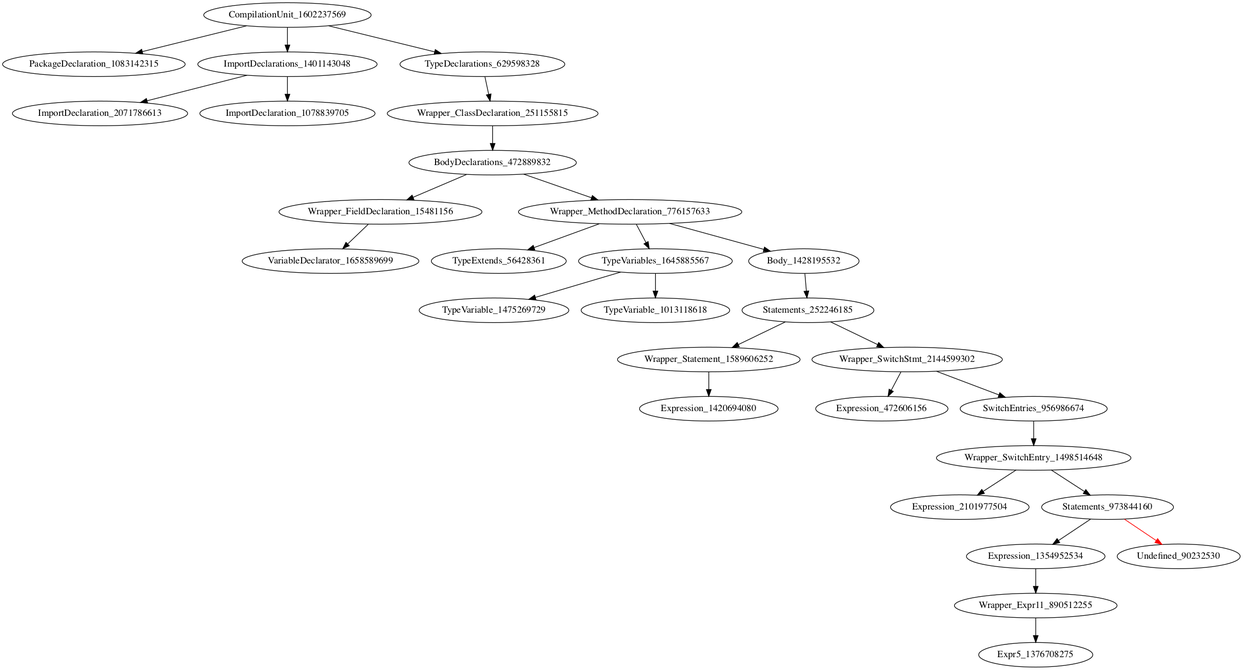
Earlier version of the Graphviz export holeAST.png (icse2023material/VoiceJava). Its source is kept beside it as holeAST.dot.
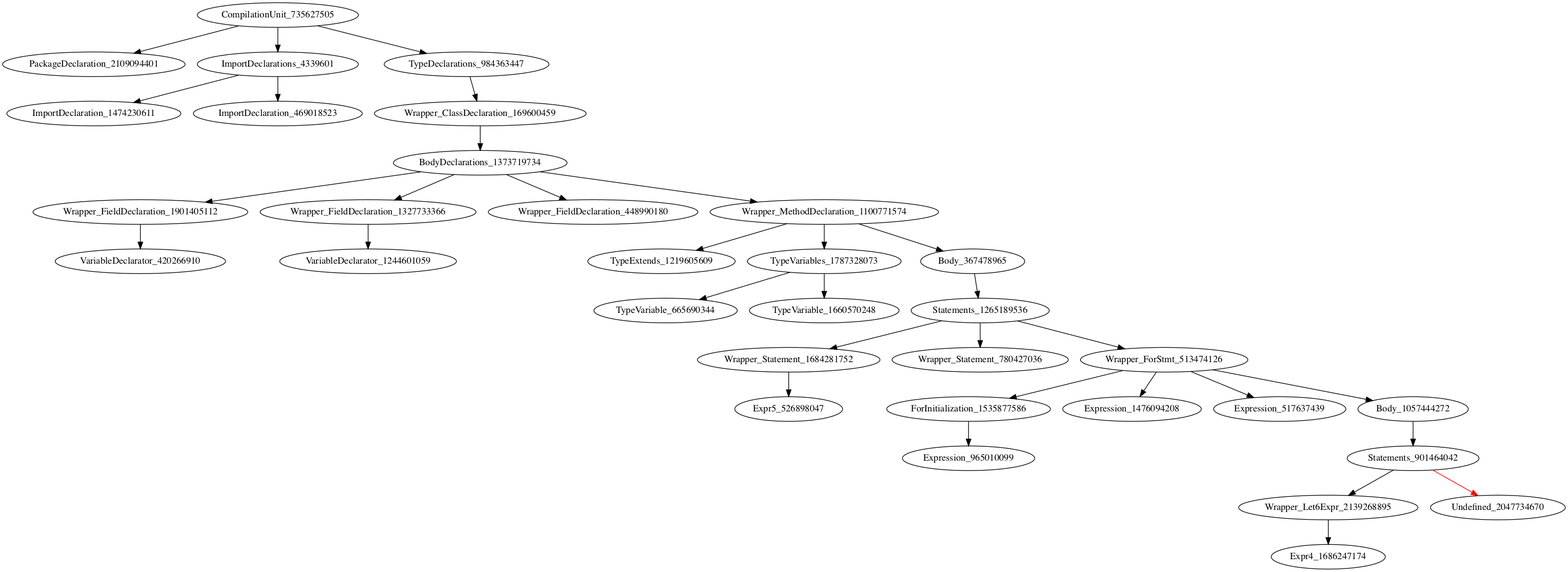
The same file after the commit.

What changed in the source:
```diff
@@ -1,30 +1,34 @@
 digraph {
-CompilationUnit_1602237569 -> PackageDeclaration_1083142315
-CompilationUnit_1602237569 -> ImportDeclarations_1401143048
-CompilationUnit_1602237569 -> TypeDeclarations_629598328
-ImportDeclarations_1401143048 -> ImportDeclaration_2071786613
-ImportDeclarations_1401143048 -> ImportDeclaration_1078839705
-TypeDeclarations_629598328 -> Wrapper_ClassDeclaration_251155815
-Wrapper_ClassDeclaration_251155815 -> BodyDeclarations_472889832
-BodyDeclarations_472889832 -> Wrapper_FieldDeclaration_15481156
-BodyDeclarations_472889832 -> Wrapper_MethodDeclaration_776157633
-Wrapper_FieldDeclaration_15481156 -> VariableDeclarator_1658589699
-Wrapper_MethodDeclaration_776157633 -> TypeExtends_56428361
-Wrapper_MethodDeclaration_776157633 -> TypeVariables_1645885567
-Wrapper_MethodDeclaration_776157633 -> Body_1428195532
-TypeVariables_1645885567 -> TypeVariable_1475269729
-TypeVariables_1645885567 -> TypeVariable_1013118618
-Body_1428195532 -> Statements_252246185
-Statements_252246185 -> Wrapper_Statement_1589606252
-Statements_252246185 -> Wrapper_SwitchStmt_2144599302
-Wrapper_Statement_1589606252 -> Expression_1420694080
-Wrapper_SwitchStmt_2144599302 -> Expression_472606156
-Wrapper_SwitchStmt_2144599302 -> SwitchEntries_956986674
-SwitchEntries_956986674 -> Wrapper_SwitchEntry_1498514648
-Wrapper_SwitchEntry_1498514648 -> Expression_2101977504
-Wrapper_SwitchEntry_1498514648 -> Statements_973844160
-Statements_973844160 -> Expression_1354952534
-Statements_973844160 -> Undefined_90232530 [color = red]
-Expression_1354952534 -> Wrapper_Expr11_890512255
-Wrapper_Expr11_890512255 -> Expr5_1376708275
+CompilationUnit_735627505 -> PackageDeclaration_2109094401
+CompilationUnit_735627505 -> ImportDeclarations_4339601
+CompilationUnit_735627505 -> TypeDeclarations_984363447
+ImportDeclarations_4339601 -> ImportDeclaration_1474230611
+ImportDeclarations_4339601 -> ImportDeclaration_469018523
+TypeDeclarations_984363447 -> Wrapper_ClassDeclaration_169600459
+Wrapper_ClassDeclaration_169600459 -> BodyDeclarations_1373719734
+BodyDeclarations_1373719734 -> Wrapper_FieldDeclaration_1901405112
+BodyDeclarations_1373719734 -> Wrapper_FieldDeclaration_1327733366
+BodyDeclarations_1373719734 -> Wrapper_FieldDeclaration_448990180
+BodyDeclarations_1373719734 -> Wrapper_MethodDeclaration_1100771574
+Wrapper_FieldDeclaration_1901405112 -> VariableDeclarator_420266910
+Wrapper_FieldDeclaration_1327733366 -> VariableDeclarator_1244601059
+Wrapper_MethodDeclaration_1100771574 -> TypeExtends_1219605609
+Wrapper_MethodDeclaration_1100771574 -> TypeVariables_1787328073
+Wrapper_MethodDeclaration_1100771574 -> Body_367478965
+TypeVariables_1787328073 -> TypeVariable_665690344
+TypeVariables_1787328073 -> TypeVariable_1660570248
+Body_367478965 -> Statements_1265189536
+Statements_1265189536 -> Wrapper_Statement_1684281752
+Statements_1265189536 -> Wrapper_Statement_780427036
+Statements_1265189536 -> Wrapper_ForStmt_513474126
+Wrapper_Statement_1684281752 -> Expr5_526898047
+Wrapper_ForStmt_513474126 -> ForInitialization_1535877586
+Wrapper_ForStmt_513474126 -> Expression_1476094208
+Wrapper_ForStmt_513474126 -> Expression_517637439
+Wrapper_ForStmt_513474126 -> Body_1057444272
+ForInitialization_1535877586 -> Expression_965010099
+Body_1057444272 -> Statements_901464042
+Statements_901464042 -> Wrapper_Let6Expr_2139268895
+Statements_901464042 -> Undefined_2047734670 [color = red]
+Wrapper_Let6Expr_2139268895 -> Expr4_1686247174
 }
```
